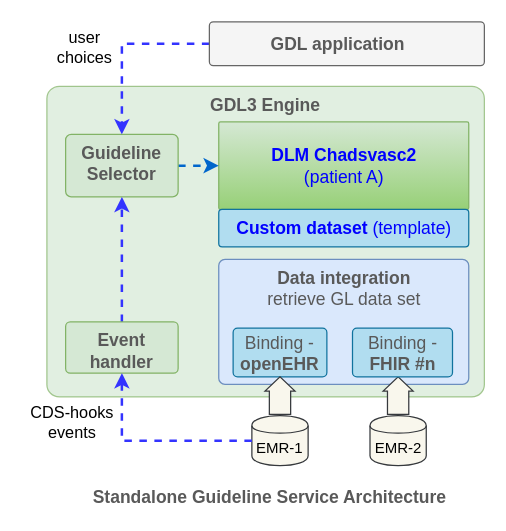
This is docs/overview/diagrams/gdl-architecture.drawio from openEHR/specifications-PROC, a draw.io file, before an edit. Source tidied: cells renumbered, new cells numbered last; positions are measured from the earlier drawing's top-left corner, leaving out a move shared by most shapes. Both pictures are drawn from the tidied source at 125%, with x=0, y=0 at pixel (21, 21).
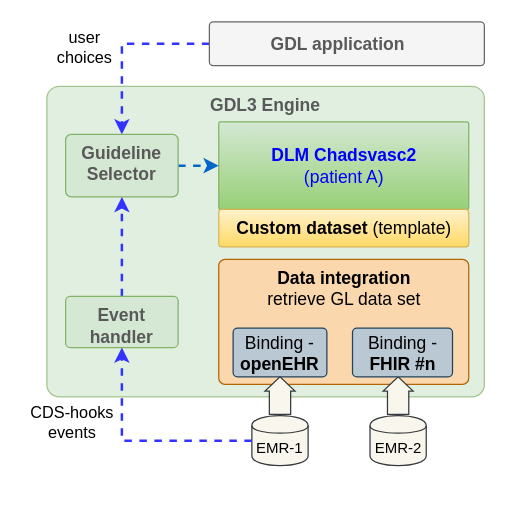
After the change.

Change to the diagram source:
```diff
@@
-    <mxCell id="11" value="Standalone Guideline Service Architecture" style="text;html=1;align=center;verticalAlign=middle;fontSize=14;fontColor=#595959;fontStyle=1;" parent="1" vertex="1">
-      <mxGeometry x="42.5" y="370" width="310" height="20" as="geometry" />
-    </mxCell>
-    <mxCell id="12" value="&lt;span style=&quot;font-size: 14px&quot;&gt;&lt;span&gt;&lt;b&gt;Data integration&lt;/b&gt;&lt;br&gt;&lt;/span&gt;retrieve GL data set&lt;br&gt;&lt;/span&gt;" style="rounded=1;whiteSpace=wrap;html=1;strokeColor=#6c8ebf;fillColor=#dae8fc;fontSize=14;arcSize=5;verticalAlign=top;fontColor=#595959;fontStyle=0;" parent="1" vertex="1">
+    <mxCell id="12" value="&lt;span style=&quot;font-size: 14px&quot;&gt;&lt;span&gt;&lt;b&gt;Data integration&lt;/b&gt;&lt;br&gt;&lt;/span&gt;retrieve GL data set&lt;br&gt;&lt;/span&gt;" style="rounded=1;whiteSpace=wrap;html=1;strokeColor=#b46504;fillColor=#fad7ac;fontSize=14;arcSize=5;verticalAlign=top;fontStyle=0;" parent="1" vertex="1">
       <mxGeometry x="157.5" y="190" width="200" height="100" as="geometry" />
     </mxCell>
-    <mxCell id="13" value="&lt;span style=&quot;font-size: 14px&quot;&gt;&lt;span&gt;Binding - &lt;br&gt;&lt;b&gt;openEHR&lt;/b&gt;&lt;/span&gt;&lt;br&gt;&lt;/span&gt;" style="rounded=1;whiteSpace=wrap;html=1;strokeColor=#10739e;fillColor=#b1ddf0;fontSize=14;arcSize=9;fontStyle=0;fontColor=#595959;" parent="1" vertex="1">
+    <mxCell id="13" value="&lt;span style=&quot;font-size: 14px&quot;&gt;&lt;span&gt;Binding - &lt;br&gt;&lt;b&gt;openEHR&lt;/b&gt;&lt;/span&gt;&lt;br&gt;&lt;/span&gt;" style="rounded=1;whiteSpace=wrap;html=1;strokeColor=#23445d;fillColor=#bac8d3;fontSize=14;arcSize=9;fontStyle=0;" parent="1" vertex="1">
       <mxGeometry x="169" y="245" width="75" height="39" as="geometry" />
     </mxCell>
@@
-    <mxCell id="18" value="&lt;span style=&quot;font-size: 14px&quot;&gt;&lt;span&gt;Binding - &lt;br&gt;&lt;b&gt;FHIR #n&lt;/b&gt;&lt;/span&gt;&lt;br&gt;&lt;/span&gt;" style="rounded=1;whiteSpace=wrap;html=1;strokeColor=#10739e;fillColor=#b1ddf0;fontSize=14;arcSize=9;fontStyle=0;fontColor=#595959;" parent="1" vertex="1">
+    <mxCell id="18" value="&lt;span style=&quot;font-size: 14px&quot;&gt;&lt;span&gt;Binding - &lt;br&gt;&lt;b&gt;FHIR #n&lt;/b&gt;&lt;/span&gt;&lt;br&gt;&lt;/span&gt;" style="rounded=1;whiteSpace=wrap;html=1;strokeColor=#23445d;fillColor=#bac8d3;fontSize=14;arcSize=9;fontStyle=0;" parent="1" vertex="1">
       <mxGeometry x="264.5" y="245" width="80" height="39" as="geometry" />
     </mxCell>
     <mxCell id="19" value="&lt;span style=&quot;font-size: 14px&quot;&gt;&lt;span&gt;Event handler&lt;/span&gt;&lt;br&gt;&lt;/span&gt;" style="rounded=1;whiteSpace=wrap;html=1;strokeColor=#82b366;fillColor=#d5e8d4;fontSize=14;arcSize=9;verticalAlign=top;fontStyle=1;fontColor=#595959;" parent="1" vertex="1">
-      <mxGeometry x="35" y="240" width="90" height="41" as="geometry" />
+      <mxGeometry x="35" y="219.5" width="90" height="41" as="geometry" />
     </mxCell>
@@
-    <mxCell id="21" value="&lt;span style=&quot;font-size: 14px&quot;&gt;&lt;b&gt;Custom dataset&lt;/b&gt; (template)&lt;br&gt;&lt;/span&gt;" style="rounded=1;whiteSpace=wrap;html=1;strokeColor=#10739e;fillColor=#b1ddf0;fontSize=14;arcSize=9;fontStyle=0;fontColor=#0000FF;" parent="1" vertex="1">
+    <mxCell id="21" value="&lt;span style=&quot;font-size: 14px&quot;&gt;&lt;b&gt;Custom dataset&lt;/b&gt; (template)&lt;br&gt;&lt;/span&gt;" style="rounded=1;whiteSpace=wrap;html=1;strokeColor=#d6b656;fillColor=#fff2cc;fontSize=14;arcSize=9;fontStyle=0;gradientColor=#ffd966;" parent="1" vertex="1">
       <mxGeometry x="157.5" y="150" width="200" height="30" as="geometry" />
     </mxCell>
```
